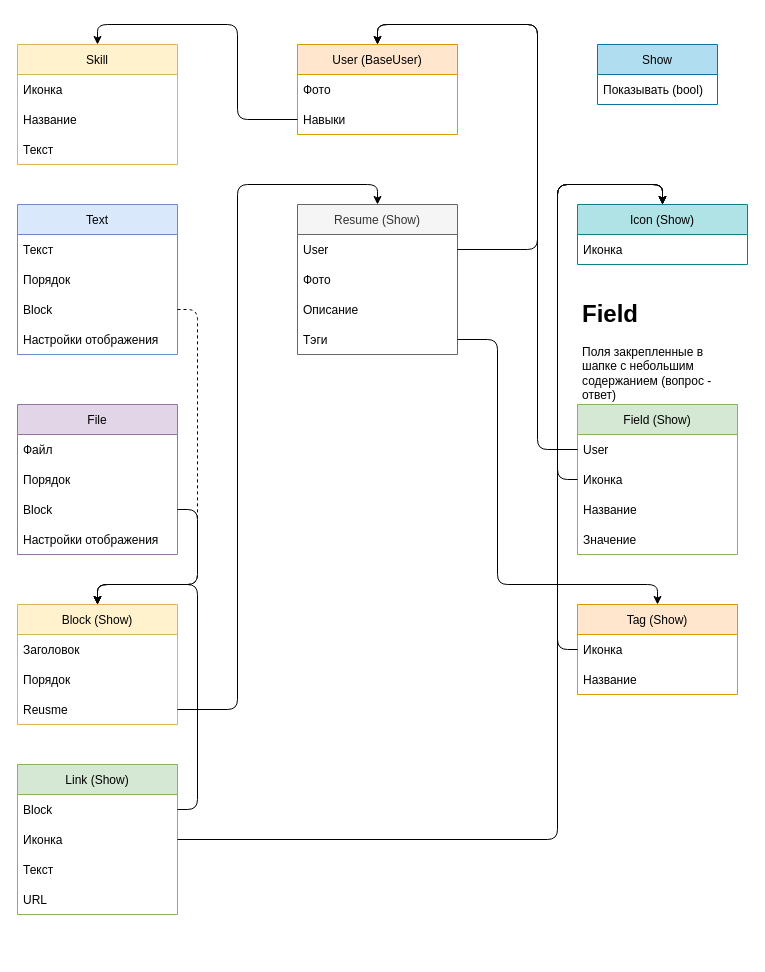
YandexLyceumPP/Resume keeps this draw.io diagram as page "Page-4" (4 of 4) of db.drawio. Above is the earlier version. Source tidied: cells renumbered, new cells numbered last; positions are measured from the earlier drawing's top-left corner, leaving out a move shared by most shapes. Both pictures are drawn from the tidied source at 100%, with x=0, y=0 at pixel (17, 24).
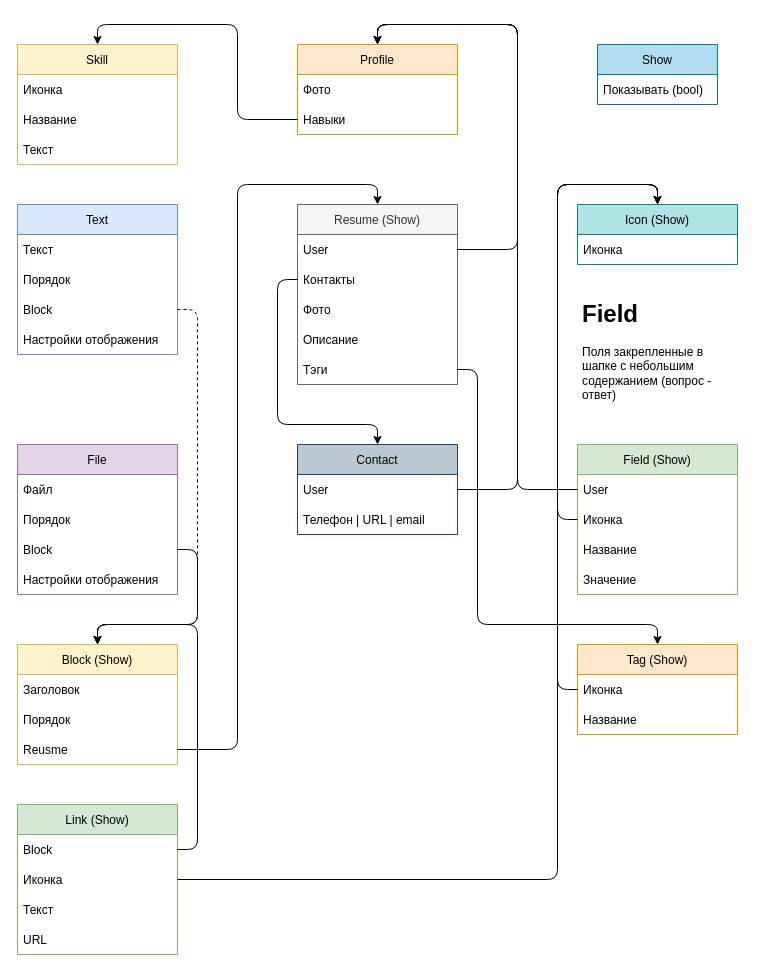
The same diagram, later.

The change refers to these unchanged cells:
```xml
<mxCell id="6" value="Block" style="text;strokeColor=none;fillColor=none;align=left;verticalAlign=middle;spacingLeft=4;spacingRight=4;overflow=hidden;points=[[0,0.5],[1,0.5]];portConstraint=eastwest;" parent="5" vertex="1">
  <mxGeometry y="30" width="160" height="30" as="geometry" />
</mxCell>
<mxCell id="7" value="Иконка" style="text;strokeColor=none;fillColor=none;align=left;verticalAlign=middle;spacingLeft=4;spacingRight=4;overflow=hidden;points=[[0,0.5],[1,0.5]];portConstraint=eastwest;" parent="5" vertex="1">
  <mxGeometry y="60" width="160" height="30" as="geometry" />
</mxCell>
<mxCell id="13" value="User" style="text;strokeColor=none;fillColor=none;align=left;verticalAlign=middle;spacingLeft=4;spacingRight=4;overflow=hidden;points=[[0,0.5],[1,0.5]];portConstraint=eastwest;" parent="12" vertex="1">
  <mxGeometry y="30" width="160" height="30" as="geometry" />
</mxCell>
<mxCell id="14" value="Иконка" style="text;strokeColor=none;fillColor=none;align=left;verticalAlign=middle;spacingLeft=4;spacingRight=4;overflow=hidden;points=[[0,0.5],[1,0.5]];portConstraint=eastwest;" parent="12" vertex="1">
  <mxGeometry y="60" width="160" height="30" as="geometry" />
</mxCell>
<mxCell id="25" value="Иконка" style="text;strokeColor=none;fillColor=none;align=left;verticalAlign=middle;spacingLeft=4;spacingRight=4;overflow=hidden;points=[[0,0.5],[1,0.5]];portConstraint=eastwest;" parent="24" vertex="1">
  <mxGeometry y="30" width="160" height="30" as="geometry" />
</mxCell>
<mxCell id="28" value="User" style="text;strokeColor=none;fillColor=none;align=left;verticalAlign=middle;spacingLeft=4;spacingRight=4;overflow=hidden;points=[[0,0.5],[1,0.5]];portConstraint=eastwest;" parent="27" vertex="1">
  <mxGeometry y="30" width="160" height="30" as="geometry" />
</mxCell>
<mxCell id="43" value="Block" style="text;strokeColor=none;fillColor=none;align=left;verticalAlign=middle;spacingLeft=4;spacingRight=4;overflow=hidden;points=[[0,0.5],[1,0.5]];portConstraint=eastwest;" parent="40" vertex="1">
  <mxGeometry y="90" width="160" height="30" as="geometry" />
</mxCell>
<mxCell id="48" value="Block" style="text;strokeColor=none;fillColor=none;align=left;verticalAlign=middle;spacingLeft=4;spacingRight=4;overflow=hidden;points=[[0,0.5],[1,0.5]];portConstraint=eastwest;" parent="45" vertex="1">
  <mxGeometry y="90" width="160" height="30" as="geometry" />
</mxCell>
```

What changed in the source:
```diff
@@
-    <mxCell id="2" value="User (BaseUser)" style="swimlane;fontStyle=0;horizontal=1;startSize=30;fillColor=#ffe6cc;strokeColor=#d79b00;" parent="1" vertex="1">
+    <mxCell id="2" value="Profile" style="swimlane;fontStyle=0;horizontal=1;startSize=30;fillColor=#ffe6cc;strokeColor=#d79b00;" parent="1" vertex="1">
       <mxGeometry x="280" y="20" width="160" height="90" as="geometry" />
     </mxCell>
@@
     <mxCell id="5" value="Link (Show)" style="swimlane;fontStyle=0;horizontal=1;startSize=30;fillColor=#d5e8d4;strokeColor=#82b366;" parent="1" vertex="1">
-      <mxGeometry y="740" width="160" height="150" as="geometry" />
+      <mxGeometry y="780" width="160" height="150" as="geometry" />
     </mxCell>
@@
     <mxCell id="12" value="Field (Show)" style="swimlane;fontStyle=0;horizontal=1;startSize=30;fillColor=#d5e8d4;strokeColor=#82b366;" parent="1" vertex="1">
-      <mxGeometry x="560" y="380" width="160" height="150" as="geometry" />
+      <mxGeometry x="560" y="420" width="160" height="150" as="geometry" />
     </mxCell>
@@
     <mxCell id="17" style="edgeStyle=orthogonalEdgeStyle;rounded=1;jettySize=auto;html=1;exitX=0;exitY=0.5;exitDx=0;exitDy=0;entryX=0.5;entryY=0;entryDx=0;entryDy=0;fontFamily=Helvetica;fontSize=12;" parent="1" edge="1" source="13" target="2">
       <mxGeometry relative="1" as="geometry">
         <Array as="points">
-          <mxPoint x="520" y="425" />
-          <mxPoint x="520" />
+          <mxPoint x="500" y="465" />
+          <mxPoint x="500" />
           <mxPoint x="360" />
         </Array>
       </mxGeometry>
     </mxCell>
@@
     <mxCell id="24" value="Tag (Show)" style="swimlane;fontStyle=0;horizontal=1;startSize=30;fillColor=#ffe6cc;strokeColor=#d79b00;" parent="1" vertex="1">
-      <mxGeometry x="560" y="580" width="160" height="90" as="geometry" />
+      <mxGeometry x="560" y="620" width="160" height="90" as="geometry" />
     </mxCell>
@@
     <mxCell id="27" value="Resume (Show)" style="swimlane;fontStyle=0;horizontal=1;startSize=30;fillColor=#f5f5f5;strokeColor=#666666;fontColor=#333333;" parent="1" vertex="1">
-      <mxGeometry x="280" y="180" width="160" height="150" as="geometry" />
+      <mxGeometry x="280" y="180" width="160" height="180" as="geometry" />
     </mxCell>
@@
+    <mxCell id="57" value="Контакты" style="text;strokeColor=none;fillColor=none;align=left;verticalAlign=middle;spacingLeft=4;spacingRight=4;overflow=hidden;points=[[0,0.5],[1,0.5]];portConstraint=eastwest;" parent="27" vertex="1">
+      <mxGeometry y="60" width="160" height="30" as="geometry" />
+    </mxCell>
     <mxCell id="29" value="Фото" style="text;strokeColor=none;fillColor=none;align=left;verticalAlign=middle;spacingLeft=4;spacingRight=4;overflow=hidden;" parent="27" vertex="1">
-      <mxGeometry y="60" width="160" height="30" as="geometry" />
+      <mxGeometry y="90" width="160" height="30" as="geometry" />
     </mxCell>
     <mxCell id="30" value="Описание" style="text;strokeColor=none;fillColor=none;align=left;verticalAlign=middle;spacingLeft=4;spacingRight=4;overflow=hidden;" parent="27" vertex="1">
-      <mxGeometry y="90" width="160" height="30" as="geometry" />
+      <mxGeometry y="120" width="160" height="30" as="geometry" />
     </mxCell>
     <mxCell id="31" value="Тэги" style="text;strokeColor=none;fillColor=none;align=left;verticalAlign=middle;spacingLeft=4;spacingRight=4;overflow=hidden;points=[[0,0.5],[1,0.5]];portConstraint=eastwest;" parent="27" vertex="1">
-      <mxGeometry y="120" width="160" height="30" as="geometry" />
+      <mxGeometry y="150" width="160" height="30" as="geometry" />
     </mxCell>
     <mxCell id="32" style="edgeStyle=orthogonalEdgeStyle;rounded=1;jettySize=auto;html=1;exitX=1;exitY=0.5;exitDx=0;exitDy=0;entryX=0.5;entryY=0;entryDx=0;entryDy=0;elbow=vertical;" parent="1" edge="1" source="28" target="2">
       <mxGeometry relative="1" as="geometry">
         <Array as="points">
-          <mxPoint x="520" y="225" />
-          <mxPoint x="520" />
+          <mxPoint x="500" y="225" />
+          <mxPoint x="500" />
           <mxPoint x="360" />
         </Array>
       </mxGeometry>
     </mxCell>
     <mxCell id="33" style="edgeStyle=orthogonalEdgeStyle;rounded=1;jettySize=auto;html=1;exitX=1;exitY=0.5;exitDx=0;exitDy=0;entryX=0.5;entryY=0;entryDx=0;entryDy=0;elbow=vertical;" parent="1" edge="1" source="31" target="24">
       <mxGeometry relative="1" as="geometry">
         <Array as="points">
-          <mxPoint x="480" y="315" />
-          <mxPoint x="480" y="560" />
-          <mxPoint x="640" y="560" />
+          <mxPoint x="460" y="345" />
+          <mxPoint x="460" y="600" />
+          <mxPoint x="640" y="600" />
         </Array>
       </mxGeometry>
     </mxCell>
     <mxCell id="34" value="Icon (Show)" style="swimlane;fontStyle=0;horizontal=1;startSize=30;fillColor=#b0e3e6;strokeColor=#0e8088;" parent="1" vertex="1">
-      <mxGeometry x="560" y="180" width="170" height="60" as="geometry" />
+      <mxGeometry x="560" y="180" width="160" height="60" as="geometry" />
     </mxCell>
     <mxCell id="35" value="Иконка" style="text;align=left;verticalAlign=middle;spacingLeft=4;spacingRight=4;overflow=hidden;" parent="34" vertex="1">
-      <mxGeometry y="30" width="170" height="30" as="geometry" />
+      <mxGeometry y="30" width="160" height="30" as="geometry" />
     </mxCell>
     <mxCell id="36" value="Block (Show)" style="swimlane;fontStyle=0;horizontal=1;startSize=30;fillColor=#fff2cc;strokeColor=#d6b656;" parent="1" vertex="1">
-      <mxGeometry y="580" width="160" height="120" as="geometry" />
+      <mxGeometry y="620" width="160" height="120" as="geometry" />
     </mxCell>
@@
     <mxCell id="45" value="File" style="swimlane;fontStyle=0;horizontal=1;startSize=30;fillColor=#e1d5e7;strokeColor=#9673a6;" parent="1" vertex="1">
-      <mxGeometry y="380" width="160" height="150" as="geometry" />
+      <mxGeometry y="420" width="160" height="150" as="geometry" />
     </mxCell>
@@
     <mxCell id="50" style="edgeStyle=orthogonalEdgeStyle;rounded=1;jettySize=auto;html=1;exitX=1;exitY=0.5;exitDx=0;exitDy=0;entryX=0.5;entryY=0;entryDx=0;entryDy=0;" parent="1" edge="1" source="48" target="36">
       <mxGeometry relative="1" as="geometry">
         <Array as="points">
-          <mxPoint x="180" y="485" />
-          <mxPoint x="180" y="560" />
-          <mxPoint x="80" y="560" />
+          <mxPoint x="180" y="525" />
+          <mxPoint x="180" y="600" />
+          <mxPoint x="80" y="600" />
         </Array>
       </mxGeometry>
     </mxCell>
     <mxCell id="51" style="edgeStyle=orthogonalEdgeStyle;rounded=1;jettySize=auto;html=1;exitX=1;exitY=0.5;exitDx=0;exitDy=0;entryX=0.5;entryY=0;entryDx=0;entryDy=0;dashed=1;" parent="1" edge="1" source="43" target="36">
       <mxGeometry relative="1" as="geometry">
         <Array as="points">
           <mxPoint x="180" y="285" />
-          <mxPoint x="180" y="560" />
-          <mxPoint x="80" y="560" />
+          <mxPoint x="180" y="600" />
+          <mxPoint x="80" y="600" />
         </Array>
       </mxGeometry>
     </mxCell>
     <mxCell id="52" style="edgeStyle=orthogonalEdgeStyle;jettySize=auto;html=1;exitX=1;exitY=0.5;exitDx=0;exitDy=0;entryX=0.5;entryY=0;entryDx=0;entryDy=0;rounded=1;" parent="1" edge="1" source="6" target="36">
-      <mxGeometry relative="1" as="geometry" />
+      <mxGeometry relative="1" as="geometry">
+        <Array as="points">
+          <mxPoint x="180" y="825" />
+          <mxPoint x="180" y="600" />
+          <mxPoint x="80" y="600" />
+        </Array>
+      </mxGeometry>
     </mxCell>
@@
     <mxCell id="54" style="edgeStyle=orthogonalEdgeStyle;rounded=1;jettySize=auto;html=1;exitX=0;exitY=0.5;exitDx=0;exitDy=0;entryX=0.5;entryY=0;entryDx=0;entryDy=0;" parent="1" edge="1" source="25" target="34">
-      <mxGeometry relative="1" as="geometry" />
+      <mxGeometry relative="1" as="geometry">
+        <Array as="points">
+          <mxPoint x="540" y="665" />
+          <mxPoint x="540" y="160" />
+          <mxPoint x="640" y="160" />
+        </Array>
+      </mxGeometry>
     </mxCell>
     <mxCell id="55" style="edgeStyle=orthogonalEdgeStyle;rounded=1;jettySize=auto;html=1;exitX=0;exitY=0.5;exitDx=0;exitDy=0;entryX=0.5;entryY=0;entryDx=0;entryDy=0;" parent="1" edge="1" source="14" target="34">
-      <mxGeometry relative="1" as="geometry" />
+      <mxGeometry relative="1" as="geometry">
+        <Array as="points">
+          <mxPoint x="540" y="495" />
+          <mxPoint x="540" y="160" />
+          <mxPoint x="640" y="160" />
+        </Array>
+      </mxGeometry>
     </mxCell>
     <mxCell id="56" style="edgeStyle=orthogonalEdgeStyle;rounded=1;jettySize=auto;html=1;exitX=1;exitY=0.5;exitDx=0;exitDy=0;entryX=0.5;entryY=0;entryDx=0;entryDy=0;" parent="1" edge="1" source="7" target="34">
       <mxGeometry relative="1" as="geometry">
         <Array as="points">
-          <mxPoint x="540" y="815" />
+          <mxPoint x="540" y="855" />
           <mxPoint x="540" y="160" />
-          <mxPoint x="645" y="160" />
+          <mxPoint x="640" y="160" />
         </Array>
       </mxGeometry>
     </mxCell>
+    <mxCell id="58" value="Contact" style="swimlane;fontStyle=0;horizontal=1;startSize=30;fillColor=#bac8d3;strokeColor=#23445d;" parent="1" vertex="1">
+      <mxGeometry x="280" y="420" width="160" height="90" as="geometry" />
+    </mxCell>
+    <mxCell id="59" value="User" style="text;strokeColor=none;fillColor=none;align=left;verticalAlign=middle;spacingLeft=4;spacingRight=4;overflow=hidden;points=[[0,0.5],[1,0.5]];portConstraint=eastwest;" parent="58" vertex="1">
+      <mxGeometry y="30" width="160" height="30" as="geometry" />
+    </mxCell>
+    <mxCell id="60" value="Телефон | URL | email" style="text;strokeColor=none;fillColor=none;align=left;verticalAlign=middle;spacingLeft=4;spacingRight=4;overflow=hidden;" parent="58" vertex="1">
+      <mxGeometry y="60" width="160" height="30" as="geometry" />
+    </mxCell>
+    <mxCell id="61" style="edgeStyle=orthogonalEdgeStyle;rounded=1;jettySize=auto;html=1;exitX=1;exitY=0.5;exitDx=0;exitDy=0;entryX=0.5;entryY=0;entryDx=0;entryDy=0;" parent="1" edge="1" source="59" target="2">
+      <mxGeometry relative="1" as="geometry">
+        <Array as="points">
+          <mxPoint x="500" y="465" />
+          <mxPoint x="500" />
+          <mxPoint x="360" />
+        </Array>
+      </mxGeometry>
+    </mxCell>
+    <mxCell id="62" style="edgeStyle=orthogonalEdgeStyle;rounded=1;jettySize=auto;html=1;exitX=0;exitY=0.5;exitDx=0;exitDy=0;entryX=0.5;entryY=0;entryDx=0;entryDy=0;" parent="1" edge="1" source="57" target="58">
+      <mxGeometry relative="1" as="geometry">
+        <Array as="points">
+          <mxPoint x="260" y="255" />
+          <mxPoint x="260" y="400" />
+          <mxPoint x="360" y="400" />
+        </Array>
+      </mxGeometry>
+    </mxCell>
```
